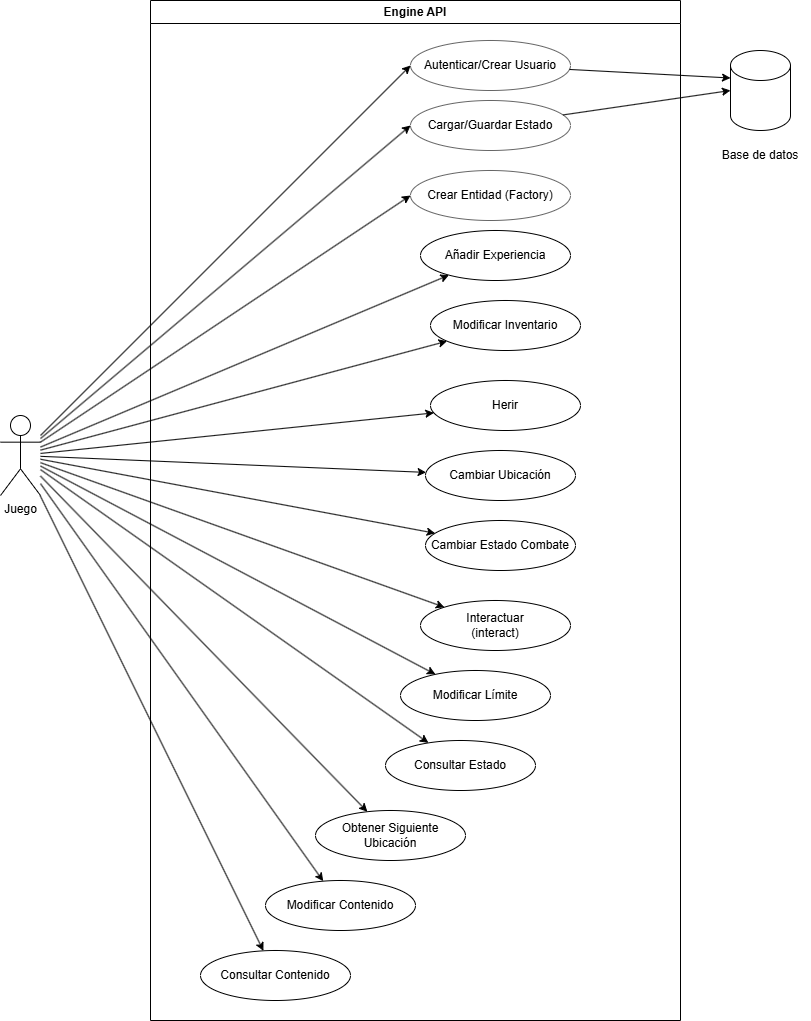
Before: document/tex_files/mainmatter/chapter_4/images/diagrama_analisis_motor/casos_uso_motor.png, a diagram exported from draw.io (ThAlsay/Hephaestus). Source tidied: cells renumbered, new cells last; positions are measured from the earlier drawing's top-left corner, leaving out a move shared by most shapes.
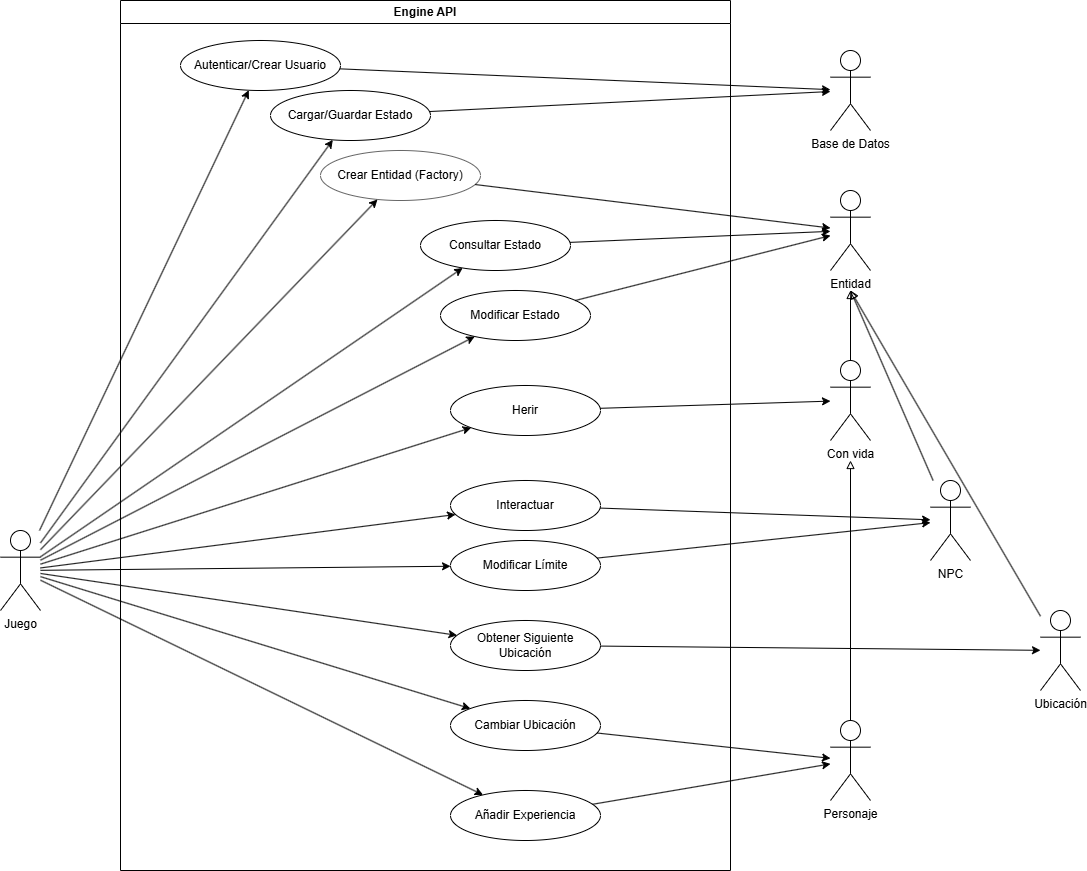
After the change.

Change to the diagram source:
```diff
@@ -3,106 +3,147 @@
     <mxCell id="0" />
     <mxCell id="1" parent="0" />
     <mxCell id="2" value="Juego" style="shape=umlActor;verticalLabelPosition=bottom;verticalAlign=top;html=1;outlineConnect=0;" parent="1" vertex="1">
-      <mxGeometry y="415" width="40" height="80" as="geometry" />
+      <mxGeometry x="-150" y="410" width="40" height="80" as="geometry" />
     </mxCell>
+    <mxCell id="36" value="Base de Datos" style="shape=umlActor;verticalLabelPosition=bottom;verticalAlign=top;html=1;outlineConnect=0;" parent="1" vertex="1">
+      <mxGeometry x="680" y="-70" width="40" height="80" as="geometry" />
+    </mxCell>
     <mxCell id="3" value="Engine API" style="swimlane;whiteSpace=wrap;html=1;startSize=23;" parent="1" vertex="1">
-      <mxGeometry x="150" width="530" height="1020" as="geometry" />
+      <mxGeometry x="-30" y="-120" width="610" height="870" as="geometry" />
     </mxCell>
-    <mxCell id="4" value="Autenticar/Crear Usuario" style="ellipse;whiteSpace=wrap;html=1;fillColor=none;strokeColor=#666666;" parent="3" vertex="1">
-      <mxGeometry x="260" y="40" width="160" height="50" as="geometry" />
+    <mxCell id="4" value="Autenticar/Crear Usuario" style="ellipse;whiteSpace=wrap;html=1;fillColor=none;" parent="3" vertex="1">
+      <mxGeometry x="60" y="40" width="160" height="50" as="geometry" />
     </mxCell>
-    <mxCell id="5" value="Cargar/Guardar Estado" style="ellipse;whiteSpace=wrap;html=1;fillColor=none;strokeColor=#666666;" parent="3" vertex="1">
-      <mxGeometry x="260" y="100" width="160" height="50" as="geometry" />
+    <mxCell id="5" value="Cargar/Guardar Estado" style="ellipse;whiteSpace=wrap;html=1;fillColor=none;" parent="3" vertex="1">
+      <mxGeometry x="150" y="90" width="160" height="50" as="geometry" />
     </mxCell>
-    <mxCell id="6" value="Crear Entidad (Factory)" style="ellipse;whiteSpace=wrap;html=1;fillColor=none;strokeColor=#666666;" parent="3" vertex="1">
-      <mxGeometry x="260" y="170" width="160" height="50" as="geometry" />
+    <mxCell id="6" value="Crear Entidad (Factory)" style="ellipse;whiteSpace=wrap;html=1;fillColor=none;strokeColor=light-dark(#666666,#FEFEFE);" parent="3" vertex="1">
+      <mxGeometry x="200" y="150" width="160" height="50" as="geometry" />
     </mxCell>
     <mxCell id="7" value="Añadir Experiencia" style="ellipse;whiteSpace=wrap;html=1;" parent="3" vertex="1">
-      <mxGeometry x="270" y="230" width="150" height="50" as="geometry" />
+      <mxGeometry x="330" y="790" width="150" height="50" as="geometry" />
     </mxCell>
-    <mxCell id="8" value="Modificar Inventario" style="ellipse;whiteSpace=wrap;html=1;" parent="3" vertex="1">
-      <mxGeometry x="280" y="300" width="150" height="50" as="geometry" />
-    </mxCell>
     <mxCell id="9" value="Cambiar Ubicación" style="ellipse;whiteSpace=wrap;html=1;" parent="3" vertex="1">
-      <mxGeometry x="275" y="450" width="150" height="50" as="geometry" />
+      <mxGeometry x="330" y="700" width="150" height="50" as="geometry" />
     </mxCell>
-    <mxCell id="10" value="Cambiar Estado Combate" style="ellipse;whiteSpace=wrap;html=1;" parent="3" vertex="1">
-      <mxGeometry x="275" y="520" width="150" height="50" as="geometry" />
-    </mxCell>
+    <mxCell id="12" value="Consultar Estado" style="ellipse;whiteSpace=wrap;html=1;" parent="3" vertex="1">
+      <mxGeometry x="300" y="220" width="150" height="50" as="geometry" />
+    </mxCell>
     <mxCell id="11" value="Herir" style="ellipse;whiteSpace=wrap;html=1;" parent="3" vertex="1">
-      <mxGeometry x="280" y="380" width="150" height="50" as="geometry" />
+      <mxGeometry x="330" y="385" width="150" height="50" as="geometry" />
     </mxCell>
-    <mxCell id="12" value="Consultar Estado" style="ellipse;whiteSpace=wrap;html=1;" parent="3" vertex="1">
-      <mxGeometry x="235" y="740" width="150" height="50" as="geometry" />
-    </mxCell>
-    <mxCell id="13" value="Interactuar&#10;(interact)" style="ellipse;whiteSpace=wrap;html=1;" parent="3" vertex="1">
-      <mxGeometry x="270" y="600" width="150" height="50" as="geometry" />
+    <mxCell id="13" value="Interactuar" style="ellipse;whiteSpace=wrap;html=1;" parent="3" vertex="1">
+      <mxGeometry x="330" y="480" width="150" height="50" as="geometry" />
     </mxCell>
     <mxCell id="14" value="Modificar Límite" style="ellipse;whiteSpace=wrap;html=1;" parent="3" vertex="1">
-      <mxGeometry x="250" y="670" width="150" height="50" as="geometry" />
+      <mxGeometry x="330" y="540" width="150" height="50" as="geometry" />
     </mxCell>
-    <mxCell id="15" value="Consultar Contenido" style="ellipse;whiteSpace=wrap;html=1;" parent="3" vertex="1">
-      <mxGeometry x="50" y="950" width="150" height="50" as="geometry" />
-    </mxCell>
-    <mxCell id="16" value="Modificar Contenido" style="ellipse;whiteSpace=wrap;html=1;" parent="3" vertex="1">
-      <mxGeometry x="115" y="880" width="150" height="50" as="geometry" />
+    <mxCell id="16" value="Modificar Estado" style="ellipse;whiteSpace=wrap;html=1;" parent="3" vertex="1">
+      <mxGeometry x="320" y="290" width="150" height="50" as="geometry" />
     </mxCell>
     <mxCell id="17" value="Obtener Siguiente&#10;Ubicación" style="ellipse;whiteSpace=wrap;html=1;" parent="3" vertex="1">
-      <mxGeometry x="165" y="810" width="150" height="50" as="geometry" />
+      <mxGeometry x="330" y="620" width="150" height="50" as="geometry" />
     </mxCell>
-    <mxCell id="18" style="entryX=0;entryY=0.5;entryDx=0;entryDy=0;" parent="1" edge="1" source="2" target="4">
+    <mxCell id="18" parent="1" edge="1" source="2" target="4">
       <mxGeometry relative="1" as="geometry" />
     </mxCell>
-    <mxCell id="19" style="entryX=0;entryY=0.5;entryDx=0;entryDy=0;" parent="1" edge="1" source="2" target="5">
+    <mxCell id="19" parent="1" edge="1" source="2" target="5">
       <mxGeometry relative="1" as="geometry" />
     </mxCell>
-    <mxCell id="20" style="entryX=0;entryY=0.5;entryDx=0;entryDy=0;" parent="1" edge="1" source="2" target="6">
+    <mxCell id="20" parent="1" edge="1" source="2" target="6">
       <mxGeometry relative="1" as="geometry" />
     </mxCell>
     <mxCell id="21" parent="1" edge="1" source="2" target="7">
       <mxGeometry relative="1" as="geometry" />
     </mxCell>
-    <mxCell id="22" parent="1" edge="1" source="2" target="8">
-      <mxGeometry relative="1" as="geometry" />
-    </mxCell>
     <mxCell id="23" parent="1" edge="1" source="2" target="9">
       <mxGeometry relative="1" as="geometry" />
     </mxCell>
-    <mxCell id="24" parent="1" edge="1" source="2" target="10">
-      <mxGeometry relative="1" as="geometry" />
-    </mxCell>
+    <mxCell id="26" parent="1" edge="1" source="2" target="12">
+      <mxGeometry relative="1" as="geometry" />
+    </mxCell>
     <mxCell id="25" parent="1" edge="1" source="2" target="11">
       <mxGeometry relative="1" as="geometry" />
     </mxCell>
-    <mxCell id="26" parent="1" edge="1" source="2" target="12">
-      <mxGeometry relative="1" as="geometry" />
-    </mxCell>
     <mxCell id="27" parent="1" edge="1" source="2" target="13">
       <mxGeometry relative="1" as="geometry" />
     </mxCell>
     <mxCell id="28" parent="1" edge="1" source="2" target="14">
       <mxGeometry relative="1" as="geometry" />
     </mxCell>
-    <mxCell id="29" parent="1" edge="1" source="2" target="15">
-      <mxGeometry relative="1" as="geometry" />
-    </mxCell>
     <mxCell id="30" parent="1" edge="1" source="2" target="16">
       <mxGeometry relative="1" as="geometry" />
     </mxCell>
     <mxCell id="31" parent="1" edge="1" source="2" target="17">
       <mxGeometry relative="1" as="geometry" />
     </mxCell>
-    <mxCell id="32" style="entryX=0;entryY=0;entryDx=0;entryDy=27.5;entryPerimeter=0;" parent="1" edge="1" source="4" target="34">
+    <mxCell id="32" parent="1" edge="1" source="4" target="36">
       <mxGeometry relative="1" as="geometry" />
     </mxCell>
-    <mxCell id="33" style="entryX=0;entryY=0.5;entryDx=0;entryDy=0;entryPerimeter=0;" parent="1" edge="1" source="5" target="34">
+    <mxCell id="33" parent="1" edge="1" source="5" target="36">
       <mxGeometry relative="1" as="geometry" />
     </mxCell>
-    <mxCell id="34" style="shape=cylinder3;whiteSpace=wrap;html=1;boundedLbl=1;backgroundOutline=1;size=15;" parent="1" vertex="1">
-      <mxGeometry x="730" y="50" width="60" height="80" as="geometry" />
-    </mxCell>
-    <mxCell id="35" value="Base de datos" style="text;html=1;whiteSpace=wrap;strokeColor=none;fillColor=none;align=center;verticalAlign=middle;rounded=0;" parent="1" vertex="1">
-      <mxGeometry x="710" y="140" width="100" height="30" as="geometry" />
-    </mxCell>
+    <mxCell id="37" style="rounded=0;jettySize=auto;html=1;endArrow=block;endFill=0;" parent="1" edge="1" source="38">
+      <mxGeometry relative="1" as="geometry">
+        <mxPoint x="700" y="340" as="targetPoint" />
+      </mxGeometry>
+    </mxCell>
+    <mxCell id="38" value="Personaje" style="shape=umlActor;verticalLabelPosition=bottom;verticalAlign=top;html=1;outlineConnect=0;" parent="1" vertex="1">
+      <mxGeometry x="680" y="600" width="40" height="80" as="geometry" />
+    </mxCell>
+    <mxCell id="39" value="Entidad" style="shape=umlActor;verticalLabelPosition=bottom;verticalAlign=top;html=1;outlineConnect=0;" parent="1" vertex="1">
+      <mxGeometry x="680" y="70" width="40" height="80" as="geometry" />
+    </mxCell>
+    <mxCell id="40" style="rounded=0;jettySize=auto;html=1;endArrow=block;endFill=0;" parent="1" edge="1" source="41">
+      <mxGeometry relative="1" as="geometry">
+        <mxPoint x="700" y="170" as="targetPoint" />
+      </mxGeometry>
+    </mxCell>
+    <mxCell id="41" value="Ubicación" style="shape=umlActor;verticalLabelPosition=bottom;verticalAlign=top;html=1;outlineConnect=0;" parent="1" vertex="1">
+      <mxGeometry x="890" y="490" width="40" height="80" as="geometry" />
+    </mxCell>
+    <mxCell id="42" style="rounded=0;jettySize=auto;html=1;endArrow=block;endFill=0;" parent="1" edge="1" source="43">
+      <mxGeometry relative="1" as="geometry">
+        <mxPoint x="700" y="170" as="targetPoint" />
+      </mxGeometry>
+    </mxCell>
+    <mxCell id="43" value="NPC" style="shape=umlActor;verticalLabelPosition=bottom;verticalAlign=top;html=1;outlineConnect=0;" parent="1" vertex="1">
+      <mxGeometry x="780" y="360" width="40" height="80" as="geometry" />
+    </mxCell>
+    <mxCell id="44" style="rounded=0;jettySize=auto;html=1;" parent="1" edge="1" source="6" target="39">
+      <mxGeometry relative="1" as="geometry" />
+    </mxCell>
+    <mxCell id="45" style="rounded=0;jettySize=auto;html=1;" parent="1" edge="1" source="12" target="39">
+      <mxGeometry relative="1" as="geometry" />
+    </mxCell>
+    <mxCell id="46" style="rounded=0;jettySize=auto;html=1;" parent="1" edge="1" source="16" target="39">
+      <mxGeometry relative="1" as="geometry" />
+    </mxCell>
+    <mxCell id="47" value="Con vida" style="shape=umlActor;verticalLabelPosition=bottom;verticalAlign=top;html=1;outlineConnect=0;" parent="1" vertex="1">
+      <mxGeometry x="680" y="240" width="40" height="80" as="geometry" />
+    </mxCell>
+    <mxCell id="48" style="rounded=0;jettySize=auto;html=1;" parent="1" edge="1" source="11" target="47">
+      <mxGeometry relative="1" as="geometry" />
+    </mxCell>
+    <mxCell id="49" style="rounded=0;jettySize=auto;html=1;endArrow=block;endFill=0;strokeWidth=1;" parent="1" edge="1" source="47">
+      <mxGeometry relative="1" as="geometry">
+        <mxPoint x="700" y="170" as="targetPoint" />
+      </mxGeometry>
+    </mxCell>
+    <mxCell id="50" style="rounded=0;jettySize=auto;html=1;" parent="1" edge="1" source="13" target="43">
+      <mxGeometry relative="1" as="geometry" />
+    </mxCell>
+    <mxCell id="51" style="rounded=0;jettySize=auto;html=1;" parent="1" edge="1" source="14" target="43">
+      <mxGeometry relative="1" as="geometry" />
+    </mxCell>
+    <mxCell id="52" style="rounded=0;jettySize=auto;html=1;" parent="1" edge="1" source="17" target="41">
+      <mxGeometry relative="1" as="geometry" />
+    </mxCell>
+    <mxCell id="53" style="rounded=0;jettySize=auto;html=1;" parent="1" edge="1" source="9" target="38">
+      <mxGeometry relative="1" as="geometry" />
+    </mxCell>
+    <mxCell id="54" style="rounded=0;jettySize=auto;html=1;" parent="1" edge="1" source="7" target="38">
+      <mxGeometry relative="1" as="geometry" />
+    </mxCell>
   </root>
 </mxGraphModel>
```
